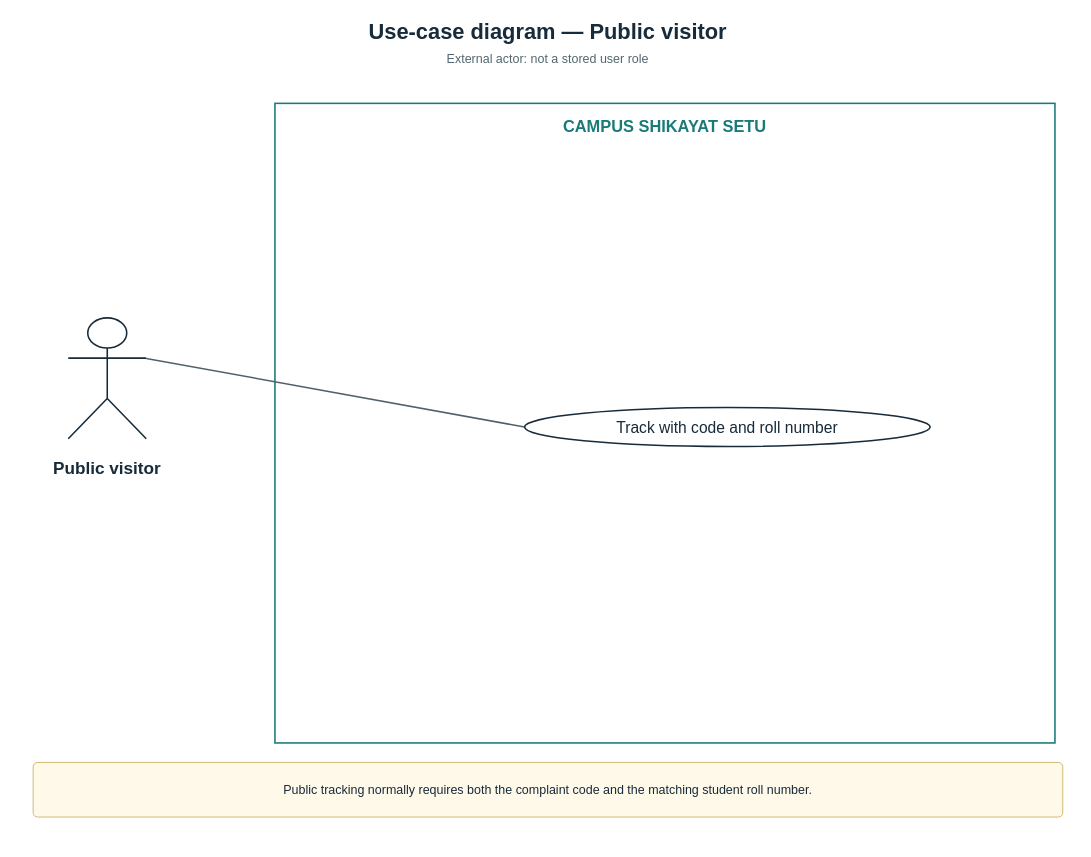
Yashwant-git392/Yashwant-git392 keeps this draw.io diagram as page "Public visitor" (4 of 4) of shikayat-setu/report/diagrams/fig-usecase.drawio. Above is the earlier version. Source tidied: cells renumbered, new cells numbered last; positions are measured from the earlier drawing's top-left corner, leaving out a move shared by most shapes. Both pictures are drawn from the tidied source at 78%, with x=0, y=0 at pixel (17, 13).
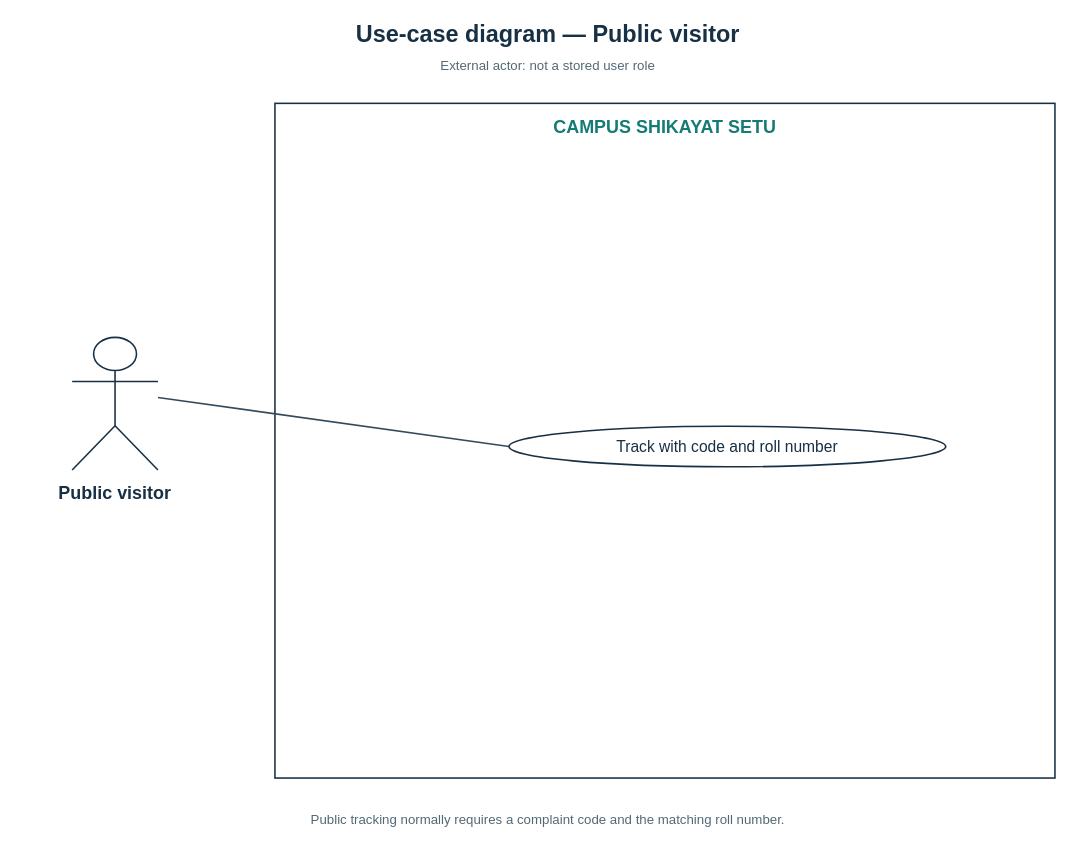
The same page after the edit.

Diff of the diagram source:
```diff
@@
 <mxGraphModel>
   <root>
     <mxCell id="0" />
     <mxCell id="1" parent="0" />
-    <mxCell id="2" value="Use-case diagram — Public visitor" style="text;html=1;align=center;verticalAlign=middle;whiteSpace=wrap;rounded=0;strokeColor=none;fillColor=none;fontFamily=Arial;fontSize=28;fontStyle=1;fontColor=#172b3a;" parent="1" vertex="1">
-      <mxGeometry x="10" width="1340" height="45" as="geometry" />
+    <mxCell id="2" value="Use-case diagram — Public visitor" style="text;html=0;align=center;verticalAlign=middle;whiteSpace=wrap;strokeColor=none;fillColor=none;fontFamily=Arial;fontSize=30;fontColor=#183044;fontStyle=1;" parent="1" vertex="1">
+      <mxGeometry x="10" y="2" width="1340" height="48" as="geometry" />
     </mxCell>
-    <mxCell id="3" value="External actor: not a stored user role" style="text;html=1;align=center;verticalAlign=middle;whiteSpace=wrap;rounded=0;strokeColor=none;fillColor=none;fontFamily=Arial;fontSize=16;fontStyle=0;fontColor=#536670;" parent="1" vertex="1">
-      <mxGeometry x="10" y="43" width="1340" height="30" as="geometry" />
+    <mxCell id="3" value="External actor: not a stored user role" style="text;html=0;align=center;verticalAlign=middle;whiteSpace=wrap;strokeColor=none;fillColor=none;fontFamily=Arial;fontSize=17;fontColor=#536875;fontStyle=0;" parent="1" vertex="1">
+      <mxGeometry x="10" y="52" width="1340" height="32" as="geometry" />
     </mxCell>
-    <mxCell id="4" style="rounded=0;fillColor=#ffffff;strokeColor=#187b77;strokeWidth=2;" parent="1" vertex="1">
-      <mxGeometry x="330" y="115" width="1000" height="820" as="geometry" />
+    <mxCell id="4" style="rounded=0;whiteSpace=wrap;html=0;fillColor=white;strokeColor=#183044;strokeWidth=2;fontFamily=Arial;fontSize=20;fontColor=#183044;fontStyle=0;align=center;verticalAlign=middle;" parent="1" vertex="1">
+      <mxGeometry x="330" y="115" width="1000" height="865" as="geometry" />
     </mxCell>
-    <mxCell id="5" value="CAMPUS SHIKAYAT SETU" style="text;html=1;align=center;verticalAlign=middle;whiteSpace=wrap;rounded=0;strokeColor=none;fillColor=none;fontFamily=Arial;fontSize=21;fontStyle=1;fontColor=#187b77;" parent="1" vertex="1">
-      <mxGeometry x="600" y="126" width="460" height="36" as="geometry" />
+    <mxCell id="5" value="CAMPUS SHIKAYAT SETU" style="text;html=0;align=center;verticalAlign=middle;whiteSpace=wrap;strokeColor=none;fillColor=none;fontFamily=Arial;fontSize=23;fontColor=#147b75;fontStyle=1;" parent="1" vertex="1">
+      <mxGeometry x="490" y="125" width="680" height="40" as="geometry" />
     </mxCell>
-    <mxCell id="6" style="shape=umlActor;html=1;strokeColor=#172b3a;strokeWidth=2;" parent="1" vertex="1">
-      <mxGeometry x="65" y="390" width="100" height="155" as="geometry" />
+    <mxCell id="6" style="shape=umlActor;html=0;fillColor=white;strokeColor=#183044;strokeWidth=2;" parent="1" vertex="1">
+      <mxGeometry x="70" y="415" width="110" height="170" as="geometry" />
     </mxCell>
-    <mxCell id="7" value="Public visitor" style="text;html=1;align=center;verticalAlign=middle;whiteSpace=wrap;rounded=0;strokeColor=none;fillColor=none;fontFamily=Arial;fontSize=22;fontStyle=1;fontColor=#172b3a;" parent="1" vertex="1">
-      <mxGeometry y="565" width="230" height="38" as="geometry" />
+    <mxCell id="7" value="Public visitor" style="text;html=0;align=center;verticalAlign=middle;whiteSpace=wrap;strokeColor=none;fillColor=none;fontFamily=Arial;fontSize=23;fontColor=#183044;fontStyle=1;" parent="1" vertex="1">
+      <mxGeometry x="-5" y="595" width="260" height="40" as="geometry" />
     </mxCell>
-    <mxCell id="8" style="edgeStyle=none;rounded=0;html=1;strokeColor=#50616b;strokeWidth=2;endArrow=none;endFill=1;dashed=0;" parent="1" edge="1">
+    <mxCell id="8" style="edgeStyle=none;rounded=0;strokeColor=#344b5c;strokeWidth=2;endArrow=none;endFill=0;dashed=0;" parent="1" edge="1">
       <mxGeometry relative="1" as="geometry">
-        <mxPoint x="165" y="442" as="sourcePoint" />
-        <mxPoint x="650" y="530" as="targetPoint" />
+        <mxPoint x="180" y="492" as="sourcePoint" />
+        <mxPoint x="630" y="555" as="targetPoint" />
       </mxGeometry>
     </mxCell>
-    <mxCell id="9" value="Track with code and roll number" style="ellipse;whiteSpace=wrap;html=1;fillColor=#ffffff;strokeColor=#172b3a;strokeWidth=2;fontFamily=Arial;fontSize=20;fontColor=#172b3a;" parent="1" vertex="1">
-      <mxGeometry x="650" y="505" width="520" height="50" as="geometry" />
+    <mxCell id="9" value="Track with code and roll number" style="ellipse;whiteSpace=wrap;html=0;fillColor=white;strokeColor=#183044;strokeWidth=2;fontFamily=Arial;fontSize=20;fontColor=#183044;fontStyle=0;align=center;verticalAlign=middle;" parent="1" vertex="1">
+      <mxGeometry x="630" y="529" width="560" height="52" as="geometry" />
     </mxCell>
-    <mxCell id="10" value="Public tracking normally requires both the complaint code and the matching student roll number." style="rounded=1;arcSize=8;whiteSpace=wrap;html=1;fillColor=#fff9e9;strokeColor=#c6a650;fontFamily=Arial;fontSize=16;fontColor=#172b3a;spacing=8;" parent="1" vertex="1">
-      <mxGeometry x="20" y="960" width="1320" height="70" as="geometry" />
+    <mxCell id="10" value="Public tracking normally requires a complaint code and the matching roll number." style="text;html=0;align=center;verticalAlign=middle;whiteSpace=wrap;strokeColor=none;fillColor=none;fontFamily=Arial;fontSize=17;fontColor=#536875;fontStyle=0;" parent="1" vertex="1">
+      <mxGeometry y="1005" width="1360" height="60" as="geometry" />
     </mxCell>
   </root>
 </mxGraphModel>
```
